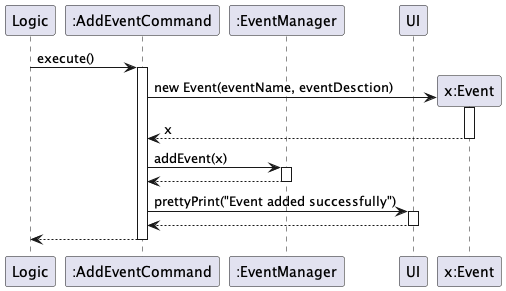
Above: docs/images/executeAddEventCommand.png in JianJiaT/tp (PlantUML), before the change. The source it was exported from:
```plantuml
@startuml
participant Logic
participant ":AddEventCommand" AS AddEventCommand
participant ":EventManager" AS EventManager
participant UI

Logic -> AddEventCommand : execute()
activate AddEventCommand
create "x:Event" as Event
AddEventCommand -> Event: new Event(eventName, eventDesction)
activate Event
Event --> AddEventCommand : x
deactivate Event

AddEventCommand -> EventManager : addEvent(x)
activate EventManager
EventManager --> AddEventCommand
deactivate EventManager

AddEventCommand -> UI : prettyPrint("Event added successfully")
activate UI
UI --> AddEventCommand
deactivate UI

AddEventCommand --> Logic
deactivate AddEventCommand

@enduml
```
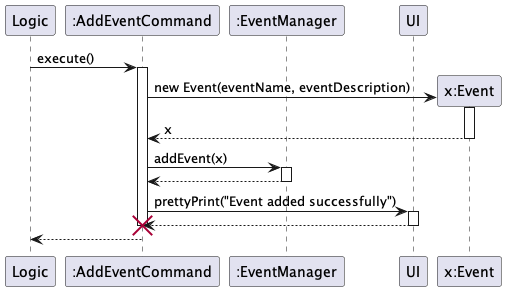
Above is the later version.

The edit, as a diff of the source:
```diff
@@ -7,7 +7,7 @@
 Logic -> AddEventCommand : execute()
 activate AddEventCommand
 create "x:Event" as Event
-AddEventCommand -> Event: new Event(eventName, eventDesction)
+AddEventCommand -> Event: new Event(eventName, eventDescription)
 activate Event
 Event --> AddEventCommand : x
 deactivate Event
@@ -22,6 +22,8 @@
 UI --> AddEventCommand
 deactivate UI
 
+destroy AddEventCommand
+
 AddEventCommand --> Logic
 deactivate AddEventCommand
 
```
